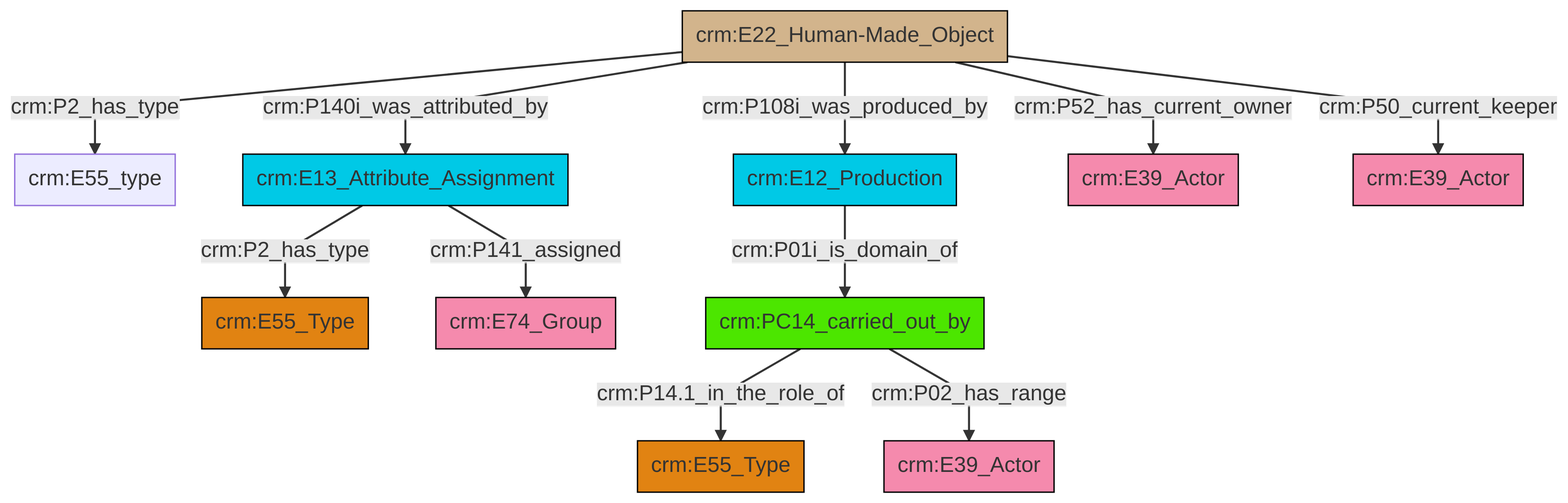
Above: et/artworkCSV/ttl/mmd/png/Artwork_Actor_Relations.png in swiss-art-research-net/docs.swissartresearch (Mermaid), before the change. Its source is kept beside it as et/artworkCSV/ttl/mmd/Artwork_Actor_Relations.ttl.mmd.
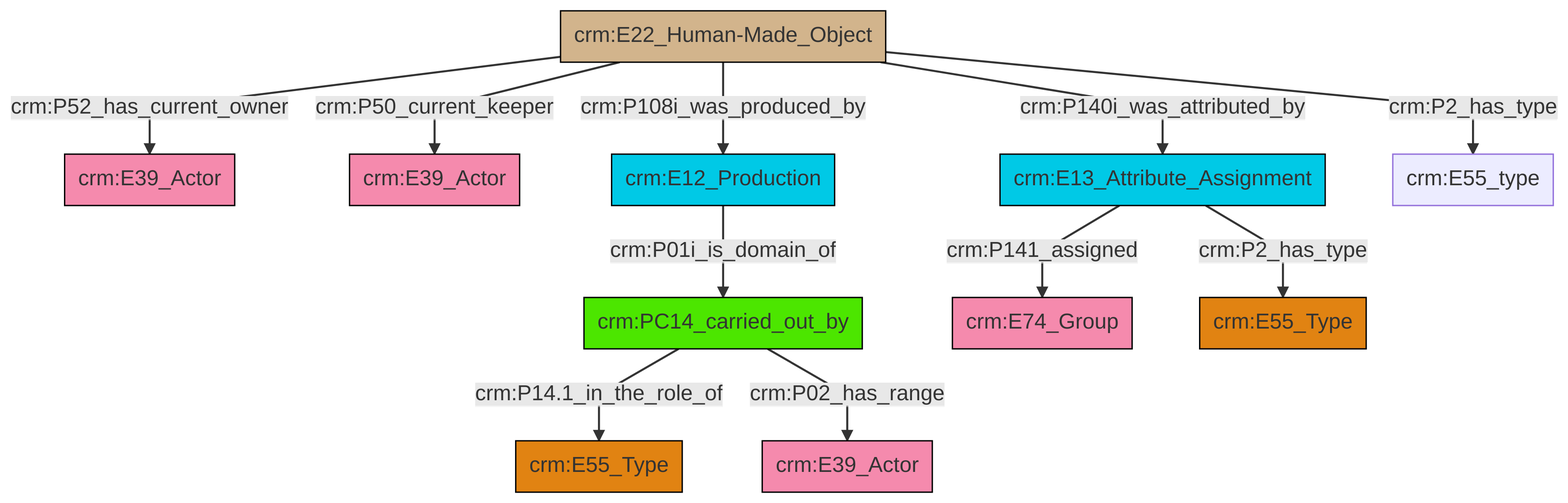
The same file after the commit.

Change to the diagram source:
```diff
@@ -13,13 +13,13 @@
 classDef PC_Classes fill:#4ce600, stroke:#000000;
 classDef Multi fill:#cccccc,stroke:#000000;
 
-4["crm:PC14_carried_out_by"]:::PC_Classes -->|crm:P14.1_in_the_role_of| 5["crm:E55_Type"]:::Type
-2["crm:E12_Production"]:::Temporal_Entity -->|crm:P01i_is_domain_of| 4["crm:PC14_carried_out_by"]:::PC_Classes
-10["crm:E22_Human-Made_Object"]:::Physical_Thing -->|crm:P2_has_type| 7["crm:E55_type"]:::Default
-10["crm:E22_Human-Made_Object"]:::Physical_Thing -->|crm:P140i_was_attributed_by| 11["crm:E13_Attribute_Assignment"]:::Temporal_Entity
-10["crm:E22_Human-Made_Object"]:::Physical_Thing -->|crm:P108i_was_produced_by| 2["crm:E12_Production"]:::Temporal_Entity
-10["crm:E22_Human-Made_Object"]:::Physical_Thing -->|crm:P52_has_current_owner| 19["crm:E39_Actor"]:::Actor
-4["crm:PC14_carried_out_by"]:::PC_Classes -->|crm:P02_has_range| 13["crm:E39_Actor"]:::Actor
-10["crm:E22_Human-Made_Object"]:::Physical_Thing -->|crm:P50_current_keeper| 17["crm:E39_Actor"]:::Actor
-11["crm:E13_Attribute_Assignment"]:::Temporal_Entity -->|crm:P2_has_type| 0["crm:E55_Type"]:::Type
-11["crm:E13_Attribute_Assignment"]:::Temporal_Entity -->|crm:P141_assigned| 20["crm:E74_Group"]:::Actor
+0["crm:E22_Human-Made_Object"]:::Physical_Thing -->|crm:P52_has_current_owner| 1["crm:E39_Actor"]:::Actor
+0["crm:E22_Human-Made_Object"]:::Physical_Thing -->|crm:P50_current_keeper| 2["crm:E39_Actor"]:::Actor
+3["crm:E13_Attribute_Assignment"]:::Temporal_Entity -->|crm:P141_assigned| 9["crm:E74_Group"]:::Actor
+0["crm:E22_Human-Made_Object"]:::Physical_Thing -->|crm:P108i_was_produced_by| 11["crm:E12_Production"]:::Temporal_Entity
+3["crm:E13_Attribute_Assignment"]:::Temporal_Entity -->|crm:P2_has_type| 14["crm:E55_Type"]:::Type
+0["crm:E22_Human-Made_Object"]:::Physical_Thing -->|crm:P2_has_type| 16["crm:E55_type"]:::Default
+5["crm:PC14_carried_out_by"]:::PC_Classes -->|crm:P14.1_in_the_role_of| 12["crm:E55_Type"]:::Type
+11["crm:E12_Production"]:::Temporal_Entity -->|crm:P01i_is_domain_of| 5["crm:PC14_carried_out_by"]:::PC_Classes
+5["crm:PC14_carried_out_by"]:::PC_Classes -->|crm:P02_has_range| 7["crm:E39_Actor"]:::Actor
+0["crm:E22_Human-Made_Object"]:::Physical_Thing -->|crm:P140i_was_attributed_by| 3["crm:E13_Attribute_Assignment"]:::Temporal_Entity
```
